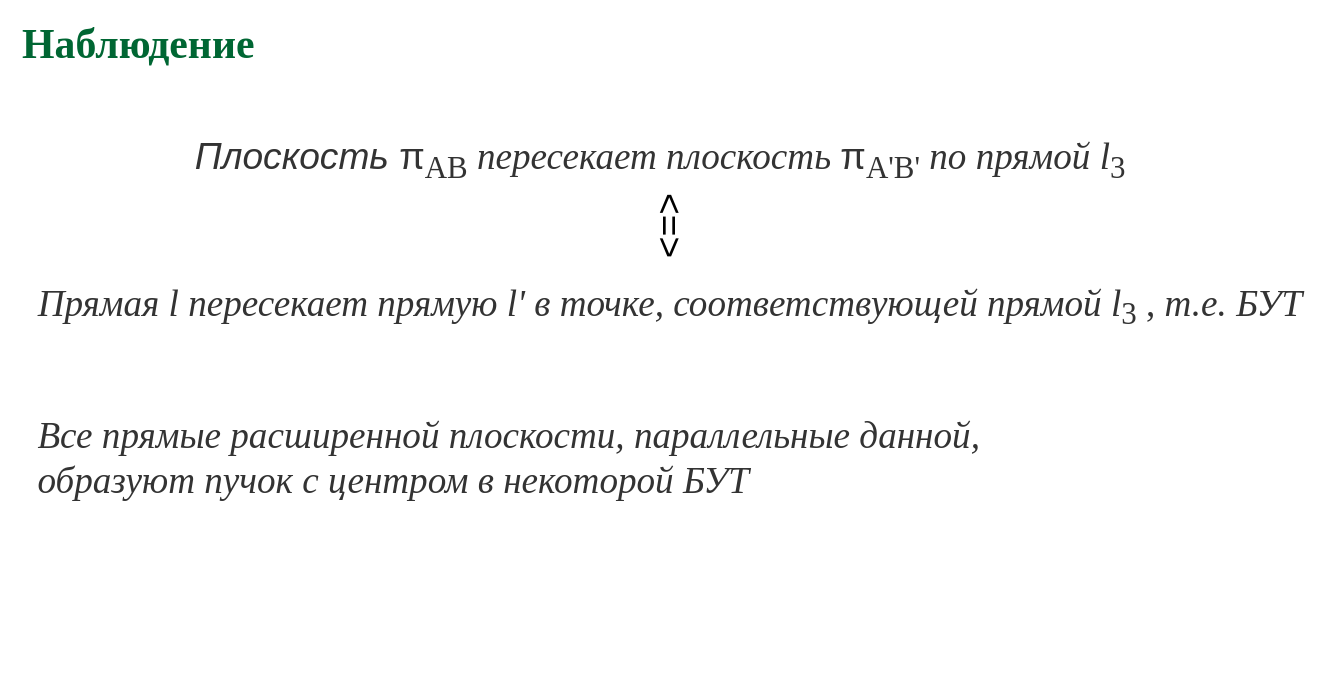
amcp-pit/geom_course keeps this draw.io diagram as page "p09" (13 of 24) of slides/proj_plane.drawio. Above is the earlier version. Source tidied: cells renumbered, new cells numbered last; positions are measured from the earlier drawing's top-left corner, leaving out a move shared by most shapes. Both pictures are drawn from the tidied source at 116%, with x=0, y=0 at pixel (20, 32).
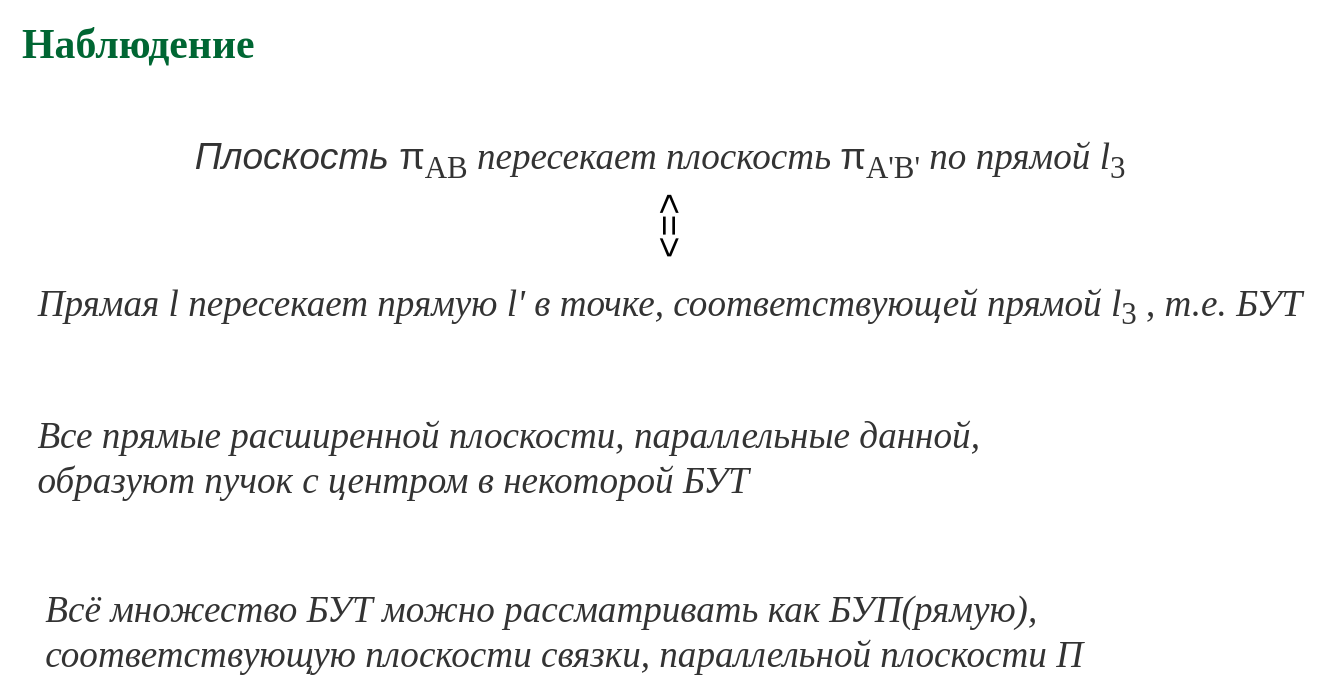
Above is the later version.

What changed in the source:
```diff
@@
 <mxGraphModel>
   <root>
     <mxCell id="0" />
     <mxCell id="1" parent="0" />
     <mxCell id="2" value="&lt;font style=&quot;font-size: 32px&quot;&gt;&lt;font face=&quot;u0000&quot; style=&quot;color: rgb(51 , 51 , 51) ; font-weight: 400 ; letter-spacing: normal ; text-indent: 0px ; text-transform: none ; word-spacing: 0px ; background-color: rgb(255 , 255 , 255) ; font-size: 32px&quot;&gt;&lt;i&gt;Плоскость&lt;/i&gt;&lt;/font&gt;&lt;font face=&quot;u0000&quot; style=&quot;color: rgb(51 , 51 , 51) ; font-style: normal ; font-weight: 400 ; letter-spacing: normal ; text-indent: 0px ; text-transform: none ; word-spacing: 0px ; background-color: rgb(255 , 255 , 255) ; font-size: 32px&quot;&gt; π&lt;/font&gt;&lt;font face=&quot;Times New Roman&quot; style=&quot;color: rgb(51 , 51 , 51) ; font-weight: 400 ; letter-spacing: normal ; text-indent: 0px ; text-transform: none ; word-spacing: 0px ; background-color: rgb(255 , 255 , 255) ; font-size: 32px&quot;&gt;&lt;sub style=&quot;font-style: normal&quot;&gt;AB&lt;/sub&gt;&lt;font style=&quot;font-size: 32px&quot;&gt;&lt;i&gt;&amp;nbsp;пересекает&lt;/i&gt;&amp;nbsp;&lt;i&gt;плоскость&lt;/i&gt;&amp;nbsp;&lt;/font&gt;&lt;/font&gt;&lt;font style=&quot;font-size: 32px&quot;&gt;&lt;font face=&quot;u0000&quot; style=&quot;color: rgb(51 , 51 , 51) ; background-color: rgb(255 , 255 , 255) ; font-size: 32px&quot;&gt;π&lt;/font&gt;&lt;font face=&quot;Times New Roman&quot; style=&quot;color: rgb(51 , 51 , 51) ; background-color: rgb(255 , 255 , 255) ; font-size: 32px&quot;&gt;&lt;sub&gt;A'B'&lt;/sub&gt; &lt;i&gt;по прямой&lt;/i&gt; &lt;i&gt;l&lt;/i&gt;&lt;sub&gt;3&lt;/sub&gt;&amp;nbsp;&amp;nbsp;&lt;/font&gt;&lt;/font&gt;&lt;/font&gt;" style="text;whiteSpace=wrap;html=1;align=center;" parent="1" vertex="1">
       <mxGeometry x="40" y="81" width="1040" height="40" as="geometry" />
     </mxCell>
     <mxCell id="3" value="&lt;span style=&quot;color: rgb(51 , 51 , 51) ; font-family: &amp;#34;times new roman&amp;#34; ; font-size: 32px ; background-color: rgb(255 , 255 , 255)&quot;&gt;&lt;i&gt;Прямая l пересекает прямую l' в точке, соответствующей прямой l&lt;/i&gt;&lt;sub&gt;3&lt;/sub&gt;&amp;nbsp;, &lt;i&gt;т.е. БУТ&lt;/i&gt;&lt;/span&gt;" style="text;html=1;align=center;verticalAlign=middle;" parent="1" vertex="1">
       <mxGeometry x="5" y="221" width="1110" height="30" as="geometry" />
     </mxCell>
     <mxCell id="4" value="&lt;font style=&quot;font-size: 32px&quot;&gt;&amp;lt;=&amp;gt;&lt;/font&gt;" style="text;html=1;align=center;verticalAlign=middle;rotation=90;" parent="1" vertex="1">
       <mxGeometry x="525" y="151" width="70" height="30" as="geometry" />
     </mxCell>
     <mxCell id="5" value="&lt;font color=&quot;#006633&quot; face=&quot;garamond&quot;&gt;&lt;span style=&quot;font-size: 36px&quot;&gt;&lt;b&gt;Наблюдение&lt;/b&gt;&lt;/span&gt;&lt;/font&gt;" style="text;html=1;align=left;verticalAlign=middle;whiteSpace=wrap;rounded=0;" parent="1" vertex="1">
       <mxGeometry width="920" height="20" as="geometry" />
     </mxCell>
     <mxCell id="6" value="&lt;div style=&quot;text-align: left&quot;&gt;&lt;i style=&quot;font-size: 32px ; color: rgb(51 , 51 , 51) ; font-family: &amp;#34;times new roman&amp;#34;&quot;&gt;Все прямые расширенной плоскости, параллельные данной,&amp;nbsp;&lt;/i&gt;&lt;/div&gt;&lt;font color=&quot;#333333&quot; face=&quot;times new roman&quot;&gt;&lt;div style=&quot;text-align: left&quot;&gt;&lt;i style=&quot;font-size: 32px&quot;&gt;образуют пучок с центром в некоторой БУТ&lt;/i&gt;&lt;/div&gt;&lt;/font&gt;" style="text;html=1;align=center;verticalAlign=middle;" parent="1" vertex="1">
       <mxGeometry x="5" y="341" width="840" height="50" as="geometry" />
     </mxCell>
+    <mxCell id="7" value="&lt;div&gt;&lt;i style=&quot;font-size: 32px ; color: rgb(51 , 51 , 51) ; font-family: &amp;#34;times new roman&amp;#34;&quot;&gt;Всё множество БУТ можно рассматривать как БУП(рямую),&amp;nbsp;&lt;/i&gt;&lt;/div&gt;&lt;div&gt;&lt;i style=&quot;font-size: 32px ; color: rgb(51 , 51 , 51) ; font-family: &amp;#34;times new roman&amp;#34;&quot;&gt;соответствующую&amp;nbsp;&lt;/i&gt;&lt;i style=&quot;color: rgb(51 , 51 , 51) ; font-family: &amp;#34;times new roman&amp;#34; ; font-size: 32px&quot;&gt;плоскости связки, параллельной плоскости П&lt;/i&gt;&lt;/div&gt;" style="text;html=1;align=left;verticalAlign=middle;" parent="1" vertex="1">
+      <mxGeometry x="20" y="491" width="910" height="50" as="geometry" />
+    </mxCell>
   </root>
 </mxGraphModel>
```
